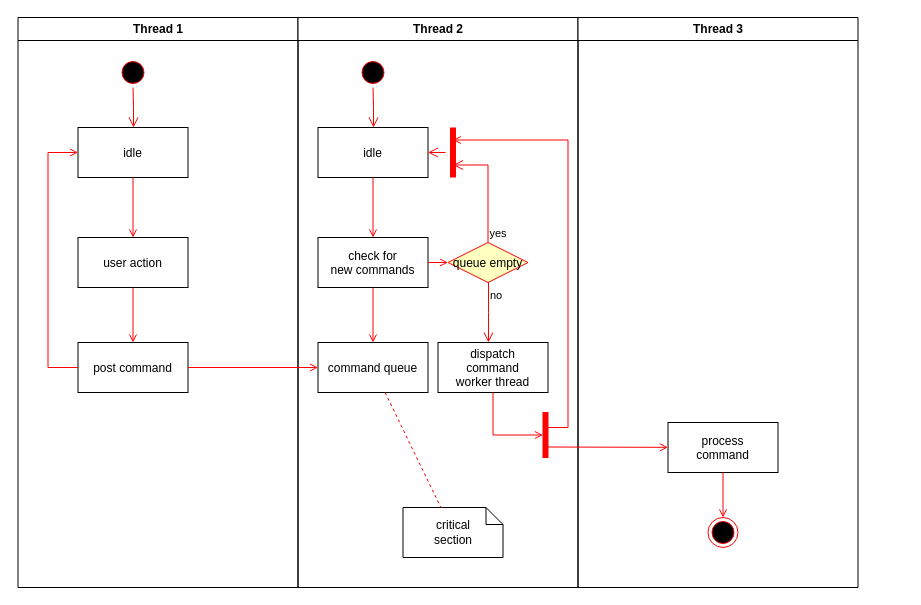
This is 未命名绘图.drawio from pengzhetech/Algorithms, a draw.io file, before an edit. Source tidied: cells renumbered, new cells numbered last; positions are measured from the earlier drawing's top-left corner, leaving out a move shared by most shapes. Both pictures are drawn from the tidied source at 100%, with x=0, y=0 at pixel (17, 17).
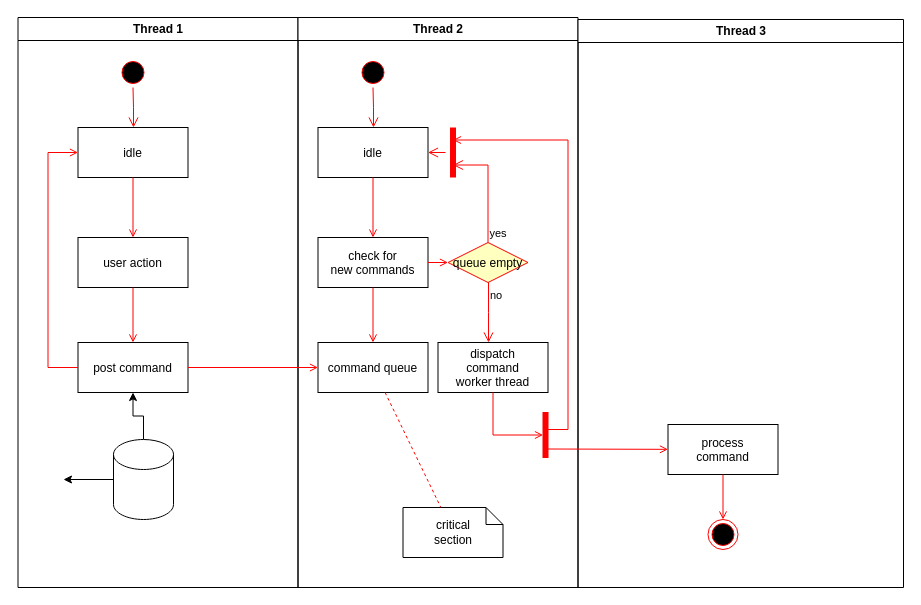
After the change.

Commit message:
Opdater 未命名绘图.drawio

The change refers to these unchanged cells:
```xml
<mxCell id="2" value="Thread 1" style="swimlane;whiteSpace=wrap;" parent="1" vertex="1">
  <mxGeometry x="0.5" width="280" height="570" as="geometry" />
</mxCell>
<mxCell id="8" value="post command" parent="2" vertex="1">
  <mxGeometry x="60" y="325" width="110" height="50" as="geometry" />
</mxCell>
```

Change to the diagram source:
```diff
@@
+    <mxCell id="37" style="edgeStyle=orthogonalEdgeStyle;rounded=0;jettySize=auto;html=1;" parent="2" edge="1" source="38" target="8">
+      <mxGeometry relative="1" as="geometry" />
+    </mxCell>
+    <mxCell id="38" style="shape=cylinder3;whiteSpace=wrap;html=1;boundedLbl=1;backgroundOutline=1;size=15;" parent="2" vertex="1">
+      <mxGeometry x="95.5" y="422" width="60" height="80" as="geometry" />
+    </mxCell>
@@
     <mxCell id="30" value="Thread 3" style="swimlane;whiteSpace=wrap;" parent="1" vertex="1">
-      <mxGeometry x="560.5" width="280" height="570" as="geometry" />
+      <mxGeometry x="560.5" y="2" width="325.5" height="568" as="geometry" />
     </mxCell>
@@
+    <mxCell id="39" style="edgeStyle=orthogonalEdgeStyle;rounded=0;jettySize=auto;html=1;" parent="1" edge="1" source="38">
+      <mxGeometry relative="1" as="geometry">
+        <mxPoint x="46" y="462" as="targetPoint" />
+      </mxGeometry>
+    </mxCell>
```
